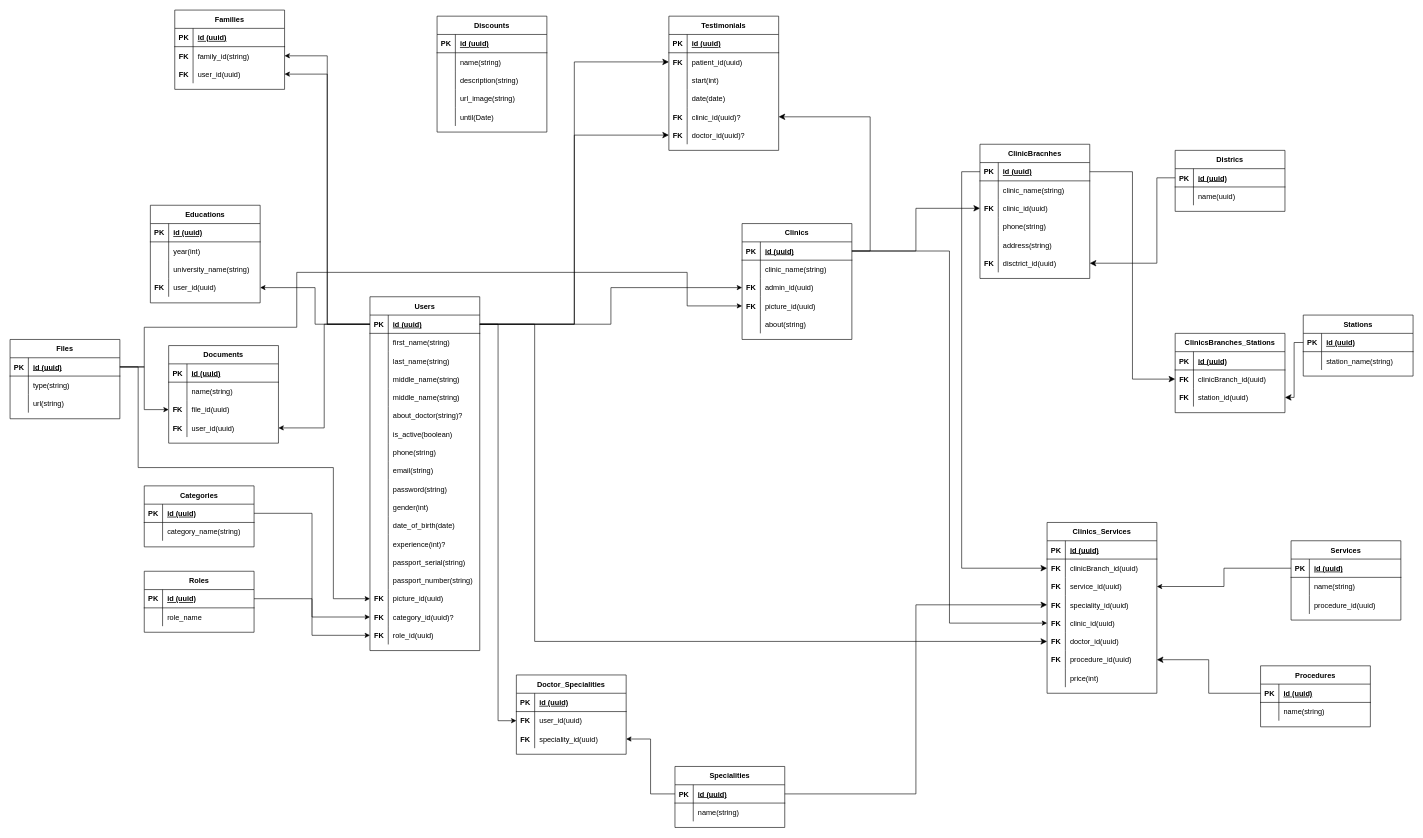
This is Untitled Diagram.drawio from fao30/sector, a draw.io file, before an edit. Source tidied: cells renumbered, new cells numbered last; positions are measured from the earlier drawing's top-left corner, leaving out a move shared by most shapes. Both pictures are drawn from the tidied source at 61%, with x=0, y=0 at pixel (10, 10).
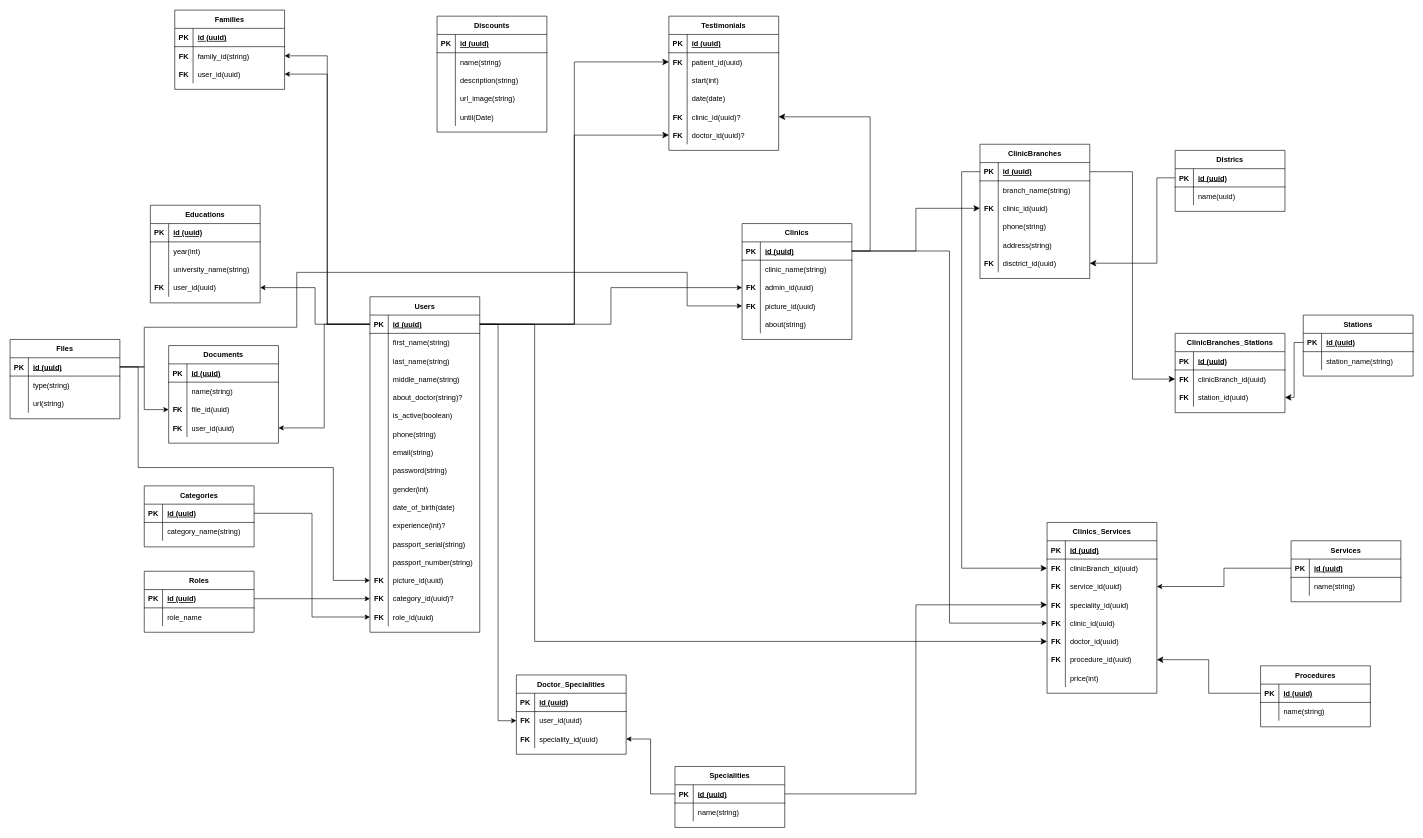
After the change.

The change refers to these unchanged cells:
```xml
<mxCell id="101" style="shape=tableRow;horizontal=0;startSize=0;swimlaneHead=0;swimlaneBody=0;fillColor=none;top=0;left=0;right=0;bottom=0;" parent="97" vertex="1">
  <mxGeometry y="60" width="180" height="30" as="geometry" />
</mxCell>
<mxCell id="268" style="shape=tableRow;horizontal=0;startSize=0;swimlaneHead=0;swimlaneBody=0;fillColor=none;points=[[0,0.5],[1,0.5]];portConstraint=eastwest;top=0;left=0;right=0;bottom=1;" parent="267" vertex="1">
  <mxGeometry y="30" width="180" height="30" as="geometry" />
</mxCell>
```

Change to the diagram source:
```diff
@@
     <mxCell id="2" value="Users" style="shape=table;startSize=30;childLayout=tableLayout;rowLines=0;fontStyle=1;align=center;" parent="1" vertex="1">
-      <mxGeometry x="590" y="470" width="180" height="580" as="geometry" />
+      <mxGeometry x="590" y="470" width="180" height="550" as="geometry" />
     </mxCell>
@@
-    <mxCell id="12" style="shape=tableRow;horizontal=0;startSize=0;swimlaneHead=0;swimlaneBody=0;fillColor=none;top=0;left=0;right=0;bottom=0;" parent="2" vertex="1">
-      <mxGeometry y="120" width="180" height="30" as="geometry" />
-    </mxCell>
-    <mxCell id="13" style="shape=partialRectangle;fillColor=none;top=0;left=0;bottom=0;right=0;overflow=hidden;" parent="12" vertex="1">
-      <mxGeometry width="30" height="30" as="geometry" />
-    </mxCell>
-    <mxCell id="14" value="middle_name(string)" style="shape=partialRectangle;fillColor=none;top=0;left=0;bottom=0;right=0;align=left;spacingLeft=6;overflow=hidden;" parent="12" vertex="1">
-      <mxGeometry x="30" width="150" height="30" as="geometry" />
-    </mxCell>
     <mxCell id="15" style="shape=tableRow;horizontal=0;startSize=0;swimlaneHead=0;swimlaneBody=0;fillColor=none;top=0;left=0;right=0;bottom=0;" parent="2" vertex="1">
-      <mxGeometry y="150" width="180" height="30" as="geometry" />
+      <mxGeometry y="120" width="180" height="30" as="geometry" />
     </mxCell>
@@
     <mxCell id="18" style="shape=tableRow;horizontal=0;startSize=0;swimlaneHead=0;swimlaneBody=0;fillColor=none;top=0;left=0;right=0;bottom=0;" parent="2" vertex="1">
-      <mxGeometry y="180" width="180" height="30" as="geometry" />
+      <mxGeometry y="150" width="180" height="30" as="geometry" />
     </mxCell>
@@
     <mxCell id="21" style="shape=tableRow;horizontal=0;startSize=0;swimlaneHead=0;swimlaneBody=0;fillColor=none;top=0;left=0;right=0;bottom=0;" parent="2" vertex="1">
-      <mxGeometry y="210" width="180" height="30" as="geometry" />
+      <mxGeometry y="180" width="180" height="30" as="geometry" />
     </mxCell>
@@
     <mxCell id="24" style="shape=tableRow;horizontal=0;startSize=0;swimlaneHead=0;swimlaneBody=0;fillColor=none;top=0;left=0;right=0;bottom=0;" parent="2" vertex="1">
-      <mxGeometry y="240" width="180" height="30" as="geometry" />
+      <mxGeometry y="210" width="180" height="30" as="geometry" />
     </mxCell>
@@
     <mxCell id="27" style="shape=tableRow;horizontal=0;startSize=0;swimlaneHead=0;swimlaneBody=0;fillColor=none;top=0;left=0;right=0;bottom=0;" parent="2" vertex="1">
-      <mxGeometry y="270" width="180" height="30" as="geometry" />
+      <mxGeometry y="240" width="180" height="30" as="geometry" />
     </mxCell>
@@
     <mxCell id="30" style="shape=tableRow;horizontal=0;startSize=0;swimlaneHead=0;swimlaneBody=0;fillColor=none;top=0;left=0;right=0;bottom=0;" parent="2" vertex="1">
-      <mxGeometry y="300" width="180" height="30" as="geometry" />
+      <mxGeometry y="270" width="180" height="30" as="geometry" />
     </mxCell>
@@
     <mxCell id="33" style="shape=tableRow;horizontal=0;startSize=0;swimlaneHead=0;swimlaneBody=0;fillColor=none;top=0;left=0;right=0;bottom=0;" parent="2" vertex="1">
-      <mxGeometry y="330" width="180" height="30" as="geometry" />
+      <mxGeometry y="300" width="180" height="30" as="geometry" />
     </mxCell>
@@
     <mxCell id="36" style="shape=tableRow;horizontal=0;startSize=0;swimlaneHead=0;swimlaneBody=0;fillColor=none;top=0;left=0;right=0;bottom=0;" parent="2" vertex="1">
-      <mxGeometry y="360" width="180" height="30" as="geometry" />
+      <mxGeometry y="330" width="180" height="30" as="geometry" />
     </mxCell>
@@
     <mxCell id="39" style="shape=tableRow;horizontal=0;startSize=0;swimlaneHead=0;swimlaneBody=0;fillColor=none;top=0;left=0;right=0;bottom=0;" parent="2" vertex="1">
-      <mxGeometry y="390" width="180" height="30" as="geometry" />
+      <mxGeometry y="360" width="180" height="30" as="geometry" />
     </mxCell>
@@
     <mxCell id="42" style="shape=tableRow;horizontal=0;startSize=0;swimlaneHead=0;swimlaneBody=0;fillColor=none;top=0;left=0;right=0;bottom=0;" parent="2" vertex="1">
-      <mxGeometry y="420" width="180" height="30" as="geometry" />
+      <mxGeometry y="390" width="180" height="30" as="geometry" />
     </mxCell>
@@
     <mxCell id="45" style="shape=tableRow;horizontal=0;startSize=0;swimlaneHead=0;swimlaneBody=0;fillColor=none;top=0;left=0;right=0;bottom=0;" parent="2" vertex="1">
-      <mxGeometry y="450" width="180" height="30" as="geometry" />
+      <mxGeometry y="420" width="180" height="30" as="geometry" />
     </mxCell>
@@
     <mxCell id="48" style="shape=tableRow;horizontal=0;startSize=0;swimlaneHead=0;swimlaneBody=0;fillColor=none;points=[[0,0.5],[1,0.5]];portConstraint=eastwest;top=0;left=0;right=0;bottom=0;" parent="2" vertex="1">
-      <mxGeometry y="480" width="180" height="30" as="geometry" />
+      <mxGeometry y="450" width="180" height="30" as="geometry" />
     </mxCell>
@@
     <mxCell id="51" style="shape=tableRow;horizontal=0;startSize=0;swimlaneHead=0;swimlaneBody=0;fillColor=none;points=[[0,0.5],[1,0.5]];portConstraint=eastwest;top=0;left=0;right=0;bottom=0;" parent="2" vertex="1">
-      <mxGeometry y="510" width="180" height="30" as="geometry" />
+      <mxGeometry y="480" width="180" height="30" as="geometry" />
     </mxCell>
@@
     <mxCell id="54" style="shape=tableRow;horizontal=0;startSize=0;swimlaneHead=0;swimlaneBody=0;fillColor=none;points=[[0,0.5],[1,0.5]];portConstraint=eastwest;top=0;left=0;right=0;bottom=0;" parent="2" vertex="1">
-      <mxGeometry y="540" width="180" height="30" as="geometry" />
+      <mxGeometry y="510" width="180" height="30" as="geometry" />
     </mxCell>
@@
-    <mxCell id="87" value="ClinicsBranches_Stations" style="shape=table;startSize=30;childLayout=tableLayout;rowLines=0;fontStyle=1;align=center;" parent="1" vertex="1">
+    <mxCell id="87" value="ClinicBranches_Stations" style="shape=table;startSize=30;childLayout=tableLayout;rowLines=0;fontStyle=1;align=center;" parent="1" vertex="1">
       <mxGeometry x="1910" y="530" width="180" height="130" as="geometry" />
     </mxCell>
@@
-    <mxCell id="97" value="ClinicBracnhes" style="shape=table;startSize=30;childLayout=tableLayout;rowLines=0;fontStyle=1;align=center;" parent="1" vertex="1">
+    <mxCell id="97" value="ClinicBranches" style="shape=table;startSize=30;childLayout=tableLayout;rowLines=0;fontStyle=1;align=center;" parent="1" vertex="1">
       <mxGeometry x="1590" y="220" width="180" height="220" as="geometry" />
     </mxCell>
@@
-    <mxCell id="103" value="clinic_name(string)" style="shape=partialRectangle;fillColor=none;top=0;left=0;bottom=0;right=0;align=left;spacingLeft=6;overflow=hidden;" parent="101" vertex="1">
+    <mxCell id="103" value="branch_name(string)" style="shape=partialRectangle;fillColor=none;top=0;left=0;bottom=0;right=0;align=left;spacingLeft=6;overflow=hidden;" parent="101" vertex="1">
       <mxGeometry x="30" width="150" height="30" as="geometry" />
     </mxCell>
@@
     <mxCell id="192" value="Services" style="shape=table;startSize=30;childLayout=tableLayout;rowLines=0;fontStyle=1;align=center;" parent="1" vertex="1">
-      <mxGeometry x="2100" y="870" width="180" height="130" as="geometry" />
+      <mxGeometry x="2100" y="870" width="180" height="100" as="geometry" />
     </mxCell>
@@
-    <mxCell id="199" style="shape=tableRow;horizontal=0;startSize=0;swimlaneHead=0;swimlaneBody=0;fillColor=none;top=0;left=0;right=0;bottom=0;" parent="192" vertex="1">
-      <mxGeometry y="90" width="180" height="30" as="geometry" />
-    </mxCell>
-    <mxCell id="200" style="shape=partialRectangle;fillColor=none;top=0;left=0;bottom=0;right=0;overflow=hidden;" parent="199" vertex="1">
-      <mxGeometry width="30" height="30" as="geometry" />
-    </mxCell>
-    <mxCell id="201" value="procedure_id(uuid)" style="shape=partialRectangle;fillColor=none;top=0;left=0;bottom=0;right=0;align=left;spacingLeft=6;overflow=hidden;" parent="199" vertex="1">
-      <mxGeometry x="30" width="150" height="30" as="geometry" />
-    </mxCell>
@@
     <mxCell id="279" style="edgeStyle=orthogonalEdgeStyle;rounded=0;jettySize=auto;html=1;exitX=1;exitY=0.5;exitDx=0;exitDy=0;entryX=0;entryY=0.5;entryDx=0;entryDy=0;" parent="1" edge="1" source="268" target="48">
       <mxGeometry relative="1" as="geometry">
         <Array as="points">
           <mxPoint x="210" y="585" />
           <mxPoint x="210" y="750" />
           <mxPoint x="530" y="750" />
-          <mxPoint x="530" y="965" />
+          <mxPoint x="530" y="935" />
         </Array>
       </mxGeometry>
     </mxCell>
```
